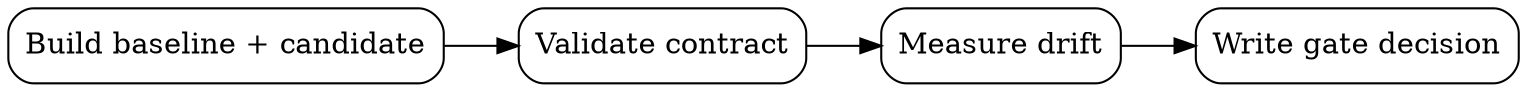
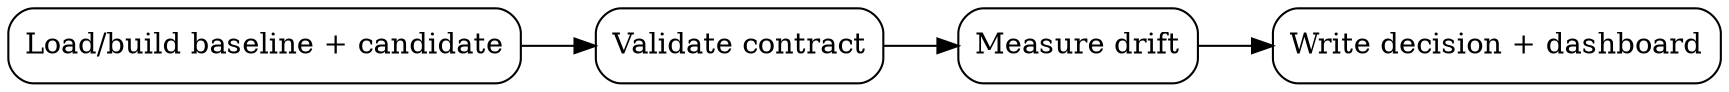
digraph data_quality_gate_project {
  rankdir=LR;
  node [shape=box, style="rounded"];

-   build_candidate_data [label="Build baseline + candidate"];
+   build_candidate_data [label="Load/build baseline + candidate"];
  validate_contract [label="Validate contract"];
  measure_drift [label="Measure drift"];
-   write_gate_decision [label="Write gate decision"];
+   write_gate_decision [label="Write decision + dashboard"];

  build_candidate_data -> validate_contract;
  validate_contract -> measure_drift;
  measure_drift -> write_gate_decision;
}
